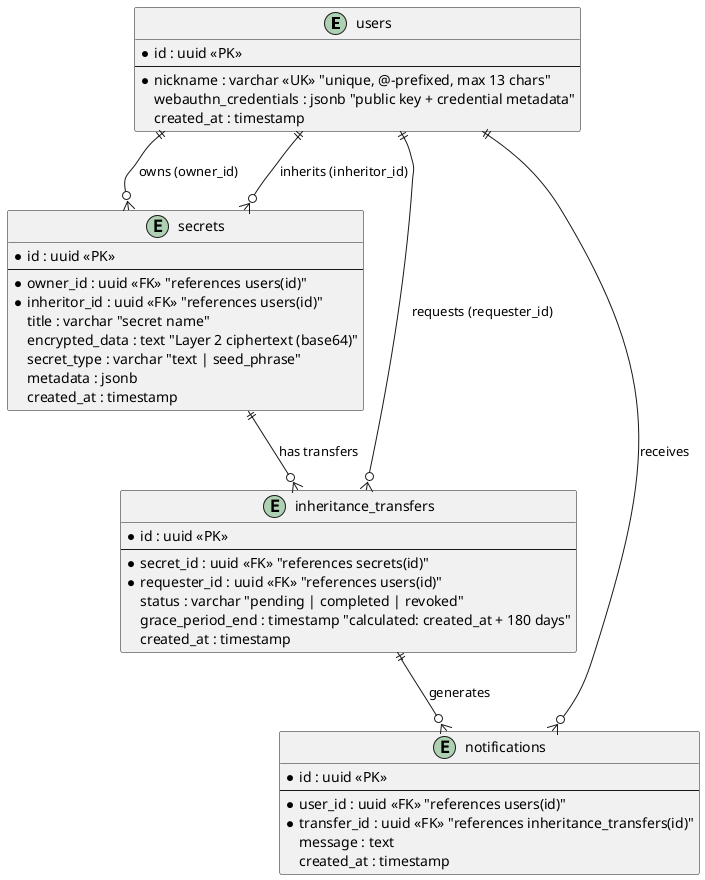
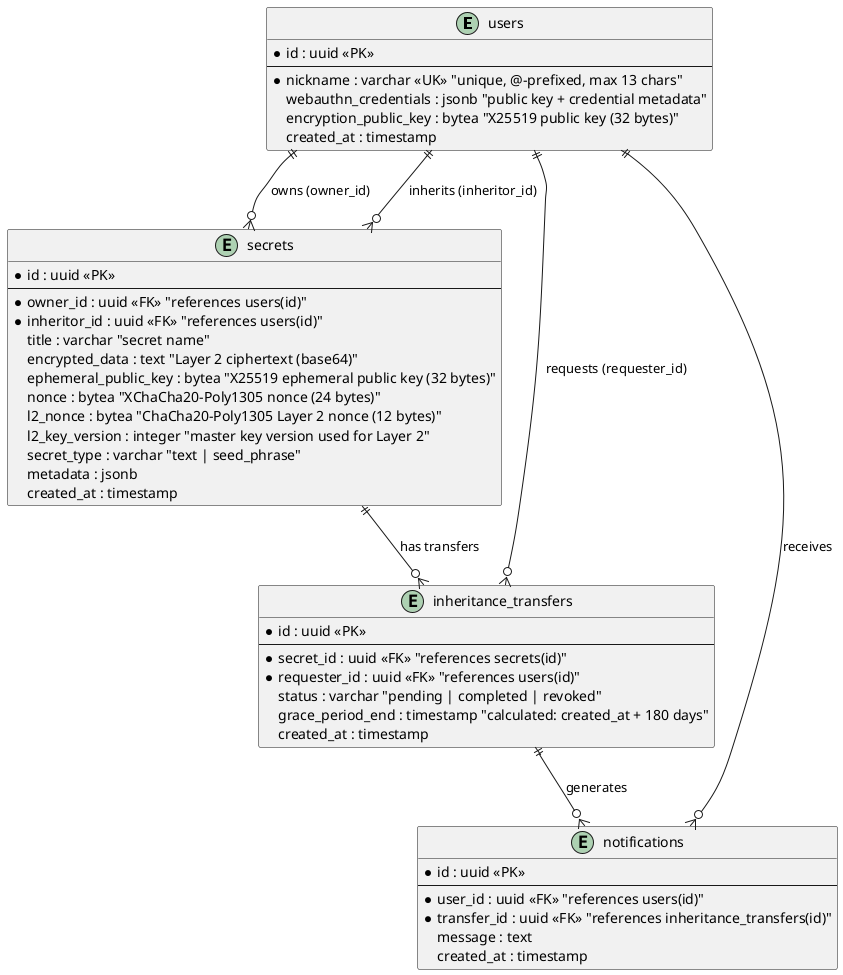
@startuml
entity "users" as users {
    * id : uuid <<PK>>
    --
    * nickname : varchar <<UK>> "unique, @-prefixed, max 13 chars"
    webauthn_credentials : jsonb "public key + credential metadata"
+     encryption_public_key : bytea "X25519 public key (32 bytes)"
    created_at : timestamp
}

entity "secrets" as secrets {
    * id : uuid <<PK>>
    --
    * owner_id : uuid <<FK>> "references users(id)"
    * inheritor_id : uuid <<FK>> "references users(id)"
    title : varchar "secret name"
    encrypted_data : text "Layer 2 ciphertext (base64)"
+     ephemeral_public_key : bytea "X25519 ephemeral public key (32 bytes)"
+     nonce : bytea "XChaCha20-Poly1305 nonce (24 bytes)"
+     l2_nonce : bytea "ChaCha20-Poly1305 Layer 2 nonce (12 bytes)"
+     l2_key_version : integer "master key version used for Layer 2"
    secret_type : varchar "text | seed_phrase"
    metadata : jsonb
    created_at : timestamp
}

entity "inheritance_transfers" as inheritance_transfers {
    * id : uuid <<PK>>
    --
    * secret_id : uuid <<FK>> "references secrets(id)"
    * requester_id : uuid <<FK>> "references users(id)"
    status : varchar "pending | completed | revoked"
    grace_period_end : timestamp "calculated: created_at + 180 days"
    created_at : timestamp
}

entity "notifications" as notifications {
    * id : uuid <<PK>>
    --
    * user_id : uuid <<FK>> "references users(id)"
    * transfer_id : uuid <<FK>> "references inheritance_transfers(id)"
    message : text
    created_at : timestamp
}

users ||--o{ secrets : "owns (owner_id)"
users ||--o{ secrets : "inherits (inheritor_id)"
secrets ||--o{ inheritance_transfers : "has transfers"
users ||--o{ inheritance_transfers : "requests (requester_id)"
inheritance_transfers ||--o{ notifications : "generates"
users ||--o{ notifications : "receives"

@enduml
